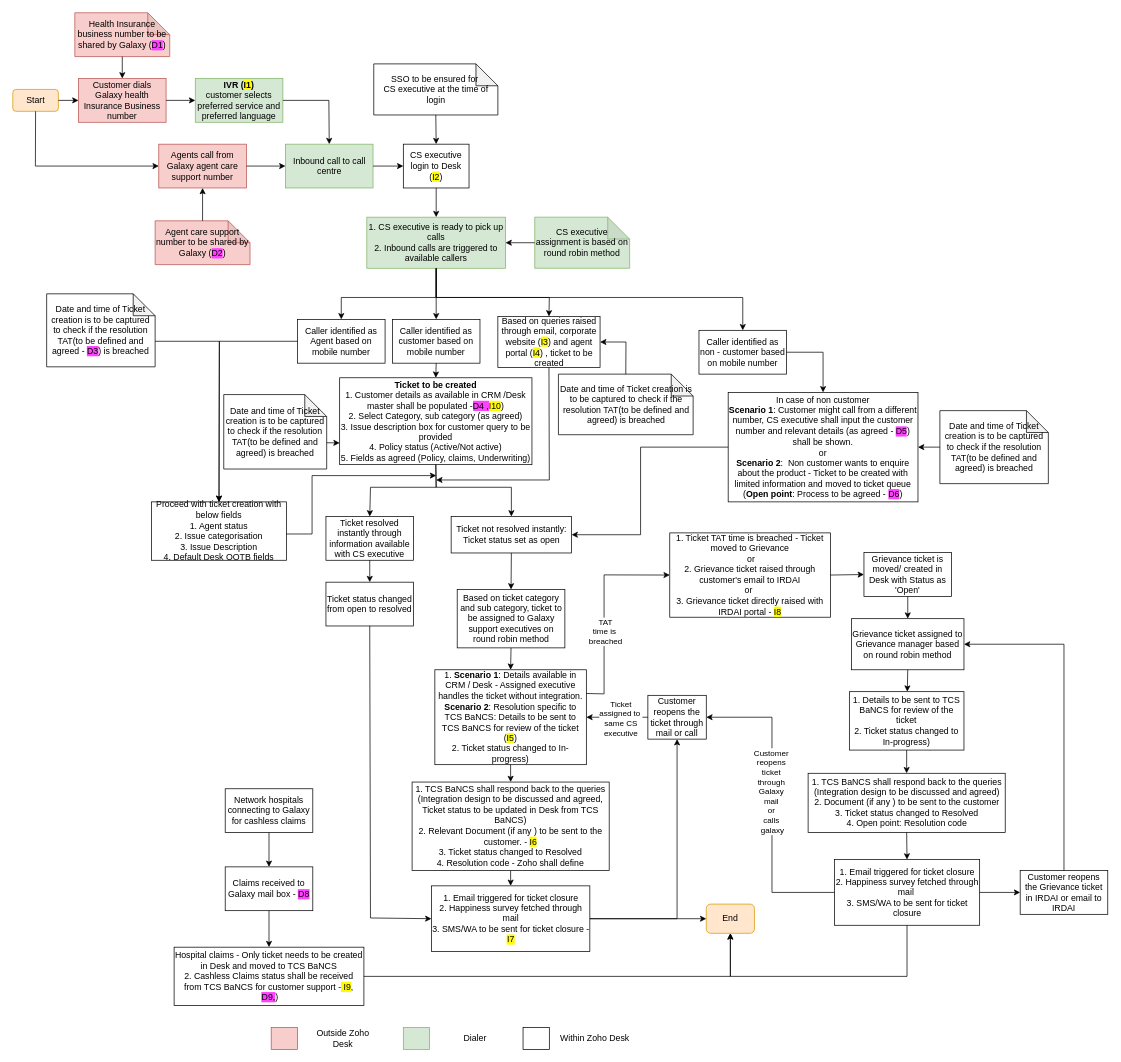
Above: Customer Support.drawio in shaileshsreedar/Galaxy (draw.io), before the change. Source tidied: cells renumbered, new cells numbered last; positions are measured from the earlier drawing's top-left corner, leaving out a move shared by most shapes. Both pictures are drawn from the tidied source at 73%, with x=0, y=0 at pixel (12, 12).
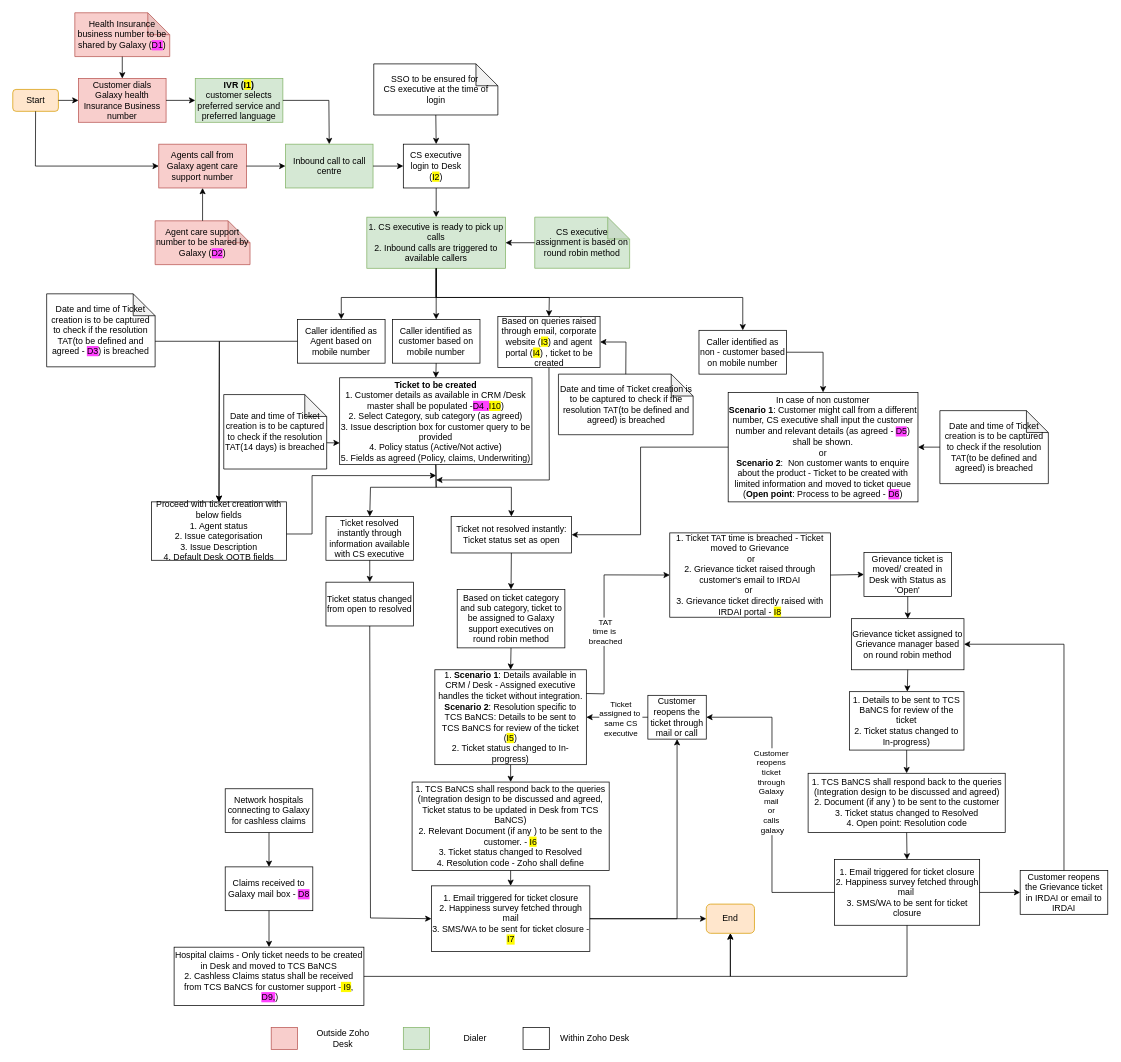
Above is the later version.

The edit, as a diff of the source:
```diff
@@
-    <mxCell id="52" value="Date and time of Ticket creation is to be captured to check if the resolution TAT(to be defined and agreed) is breached" style="shape=note;whiteSpace=wrap;html=1;backgroundOutline=1;darkOpacity=0.05;" parent="1" vertex="1">
+    <mxCell id="52" value="Date and time of Ticket creation is to be captured to check if the resolution TAT(14 days) is breached" style="shape=note;whiteSpace=wrap;html=1;backgroundOutline=1;darkOpacity=0.05;" parent="1" vertex="1">
       <mxGeometry x="289" y="523" width="141" height="102" as="geometry" />
     </mxCell>
```
